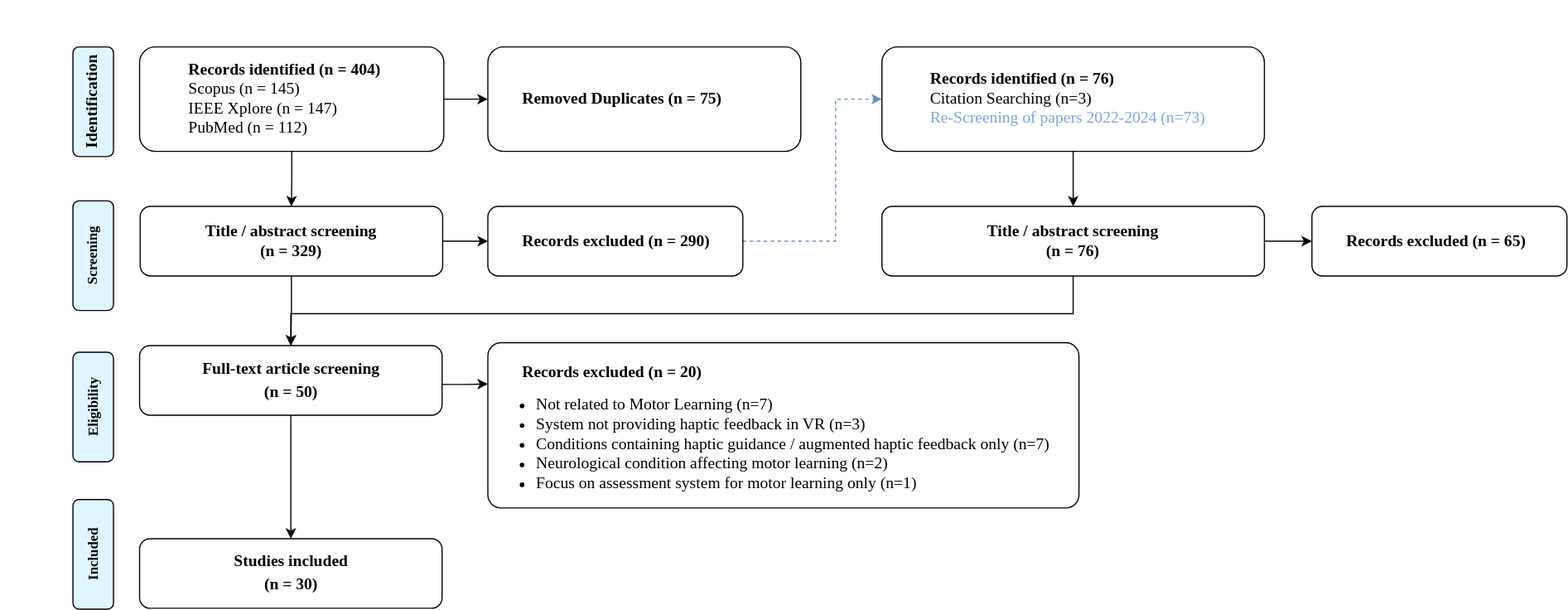
Hobsyllvin/Literature-Research-Master-Thesis keeps this draw.io diagram as figures/prisma_overview.svg. Above is the earlier version. Source tidied: cells renumbered, new cells last; positions are measured from the earlier drawing's top-left corner, leaving out a move shared by most shapes.
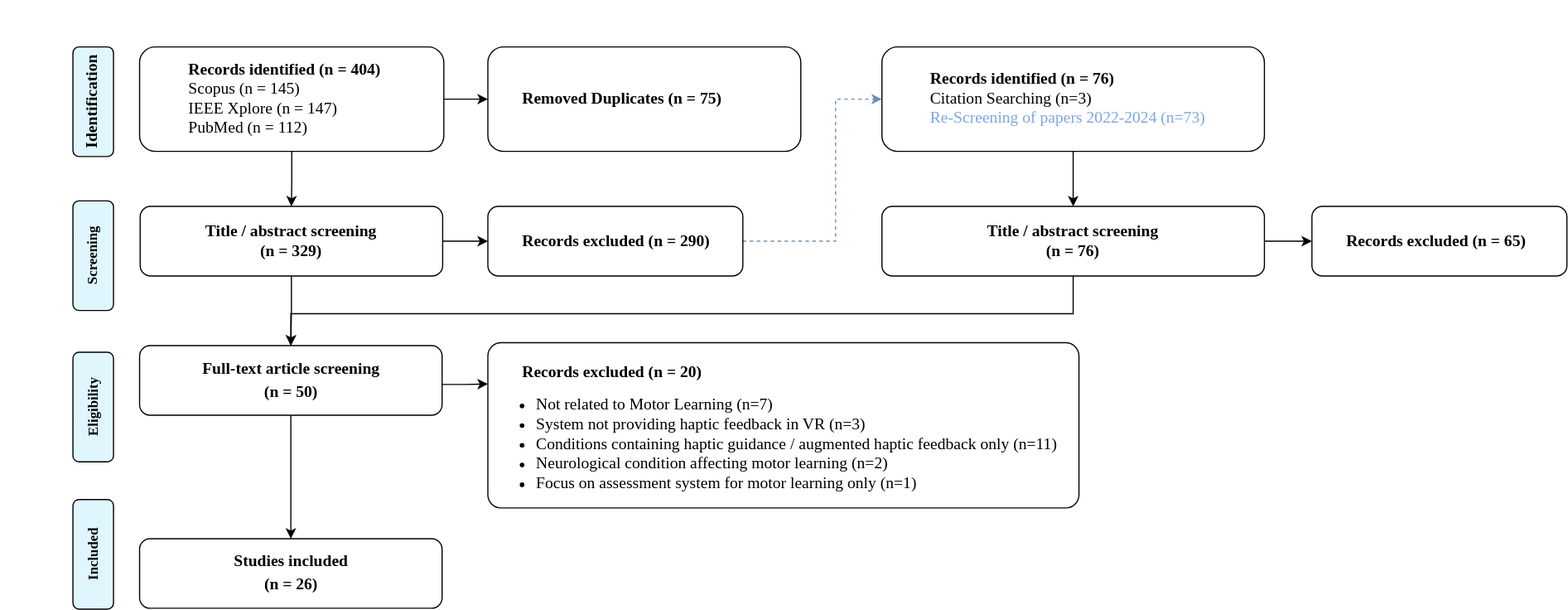
After the commit.

The edit, as a diff of the source:
```diff
@@ -45,10 +45,10 @@
     <mxCell id="12" value="&lt;div align=&quot;left&quot;&gt;&lt;div&gt;&lt;font&gt;&lt;b&gt;&lt;font style=&quot;font-size: 14px;&quot;&gt;&lt;span style=&quot;white-space: pre;&quot;&gt;&#9;&lt;/span&gt;Records excluded (n = 290)&lt;/font&gt;&lt;/b&gt;&lt;/font&gt;&lt;/div&gt;&lt;/div&gt;" style="rounded=1;whiteSpace=wrap;html=1;fontSize=12;glass=0;strokeWidth=1;shadow=0;align=left;fontFamily=Times New Roman;" parent="1" vertex="1">
       <mxGeometry x="420" y="177.5" width="220" height="60" as="geometry" />
     </mxCell>
-    <mxCell id="13" value="&lt;div align=&quot;justify&quot;&gt;&lt;b&gt;&lt;font style=&quot;font-size: 14px;&quot;&gt;&lt;span style=&quot;white-space: pre;&quot;&gt;&#9;&lt;/span&gt;&lt;br&gt;&lt;span style=&quot;white-space: pre;&quot;&gt;&#9;&lt;/span&gt;Records excluded (n = 20)&lt;/font&gt;&lt;/b&gt;&lt;/div&gt;&lt;div align=&quot;justify&quot;&gt;&lt;ul&gt;&lt;li&gt;&lt;font style=&quot;font-size: 14px;&quot;&gt;Not related to Motor Learning&lt;/font&gt;&lt;font style=&quot;font-size: 14px;&quot;&gt; (n=7)&lt;/font&gt;&lt;/li&gt;&lt;li&gt;&lt;font style=&quot;font-size: 14px;&quot;&gt;System not providing haptic feedback in VR (n=3)&lt;/font&gt;&lt;/li&gt;&lt;li&gt;&lt;font style=&quot;font-size: 14px;&quot;&gt;Conditions containing haptic guidance / augmented haptic feedback only (n=7)&lt;br&gt;&lt;/font&gt;&lt;/li&gt;&lt;li&gt;&lt;font style=&quot;font-size: 14px;&quot;&gt;Neurological condition affecting motor learning (n=2)&lt;br&gt;&lt;/font&gt;&lt;/li&gt;&lt;li&gt;&lt;font style=&quot;font-size: 14px;&quot;&gt;Focus on assessment system for motor learning only (n=1)&lt;br&gt;&lt;/font&gt;&lt;/li&gt;&lt;/ul&gt;&lt;/div&gt;" style="rounded=1;whiteSpace=wrap;html=1;fontSize=12;glass=0;strokeWidth=1;shadow=0;align=left;fontFamily=Times New Roman;rotation=0;arcSize=8;" parent="1" vertex="1">
+    <mxCell id="13" value="&lt;div align=&quot;justify&quot;&gt;&lt;b&gt;&lt;font style=&quot;font-size: 14px;&quot;&gt;&lt;span style=&quot;white-space: pre;&quot;&gt;&#9;&lt;/span&gt;&lt;br&gt;&lt;span style=&quot;white-space: pre;&quot;&gt;&#9;&lt;/span&gt;Records excluded (n = 20)&lt;/font&gt;&lt;/b&gt;&lt;/div&gt;&lt;div align=&quot;justify&quot;&gt;&lt;ul&gt;&lt;li&gt;&lt;font style=&quot;font-size: 14px;&quot;&gt;Not related to Motor Learning&lt;/font&gt;&lt;font style=&quot;font-size: 14px;&quot;&gt; (n=7)&lt;/font&gt;&lt;/li&gt;&lt;li&gt;&lt;font style=&quot;font-size: 14px;&quot;&gt;System not providing haptic feedback in VR (n=3)&lt;/font&gt;&lt;/li&gt;&lt;li&gt;&lt;font style=&quot;font-size: 14px;&quot;&gt;Conditions containing haptic guidance / augmented haptic feedback only (n=11)&lt;br&gt;&lt;/font&gt;&lt;/li&gt;&lt;li&gt;&lt;font style=&quot;font-size: 14px;&quot;&gt;Neurological condition affecting motor learning (n=2)&lt;br&gt;&lt;/font&gt;&lt;/li&gt;&lt;li&gt;&lt;font style=&quot;font-size: 14px;&quot;&gt;Focus on assessment system for motor learning only (n=1)&lt;br&gt;&lt;/font&gt;&lt;/li&gt;&lt;/ul&gt;&lt;/div&gt;" style="rounded=1;whiteSpace=wrap;html=1;fontSize=12;glass=0;strokeWidth=1;shadow=0;align=left;fontFamily=Times New Roman;rotation=0;arcSize=8;" parent="1" vertex="1">
       <mxGeometry x="420" y="295" width="510" height="142.5" as="geometry" />
     </mxCell>
-    <mxCell id="14" value="&lt;div&gt;&lt;font style=&quot;font-size: 14px;&quot;&gt;&lt;b&gt;&lt;font&gt;Studies included&lt;/font&gt;&lt;/b&gt;&lt;/font&gt;&lt;/div&gt;&lt;div&gt;&lt;b&gt;&lt;font style=&quot;font-size: 14px;&quot;&gt;(n = 30)&lt;/font&gt;&lt;font size=&quot;3&quot;&gt;&lt;br&gt;&lt;/font&gt;&lt;/b&gt;&lt;/div&gt;" style="rounded=1;whiteSpace=wrap;html=1;fontSize=12;glass=0;strokeWidth=1;shadow=0;fontFamily=Times New Roman;" parent="1" vertex="1">
+    <mxCell id="14" value="&lt;div&gt;&lt;font style=&quot;font-size: 14px;&quot;&gt;&lt;b&gt;&lt;font&gt;Studies included&lt;/font&gt;&lt;/b&gt;&lt;/font&gt;&lt;/div&gt;&lt;div&gt;&lt;b&gt;&lt;font style=&quot;font-size: 14px;&quot;&gt;(n = 26)&lt;/font&gt;&lt;font size=&quot;3&quot;&gt;&lt;br&gt;&lt;/font&gt;&lt;/b&gt;&lt;/div&gt;" style="rounded=1;whiteSpace=wrap;html=1;fontSize=12;glass=0;strokeWidth=1;shadow=0;fontFamily=Times New Roman;" parent="1" vertex="1">
       <mxGeometry x="119.5" y="464" width="261" height="60" as="geometry" />
     </mxCell>
     <mxCell id="15" value="&lt;div align=&quot;left&quot;&gt;&lt;font style=&quot;font-size: 14px;&quot;&gt;&lt;b&gt;&lt;span style=&quot;white-space: pre;&quot;&gt;&#9;&lt;/span&gt;Removed Duplicates (n = 75)&lt;/b&gt;&lt;/font&gt;&lt;/div&gt;" style="rounded=1;whiteSpace=wrap;html=1;fontSize=12;glass=0;strokeWidth=1;shadow=0;align=left;fontFamily=Times New Roman;" parent="1" vertex="1">
```
